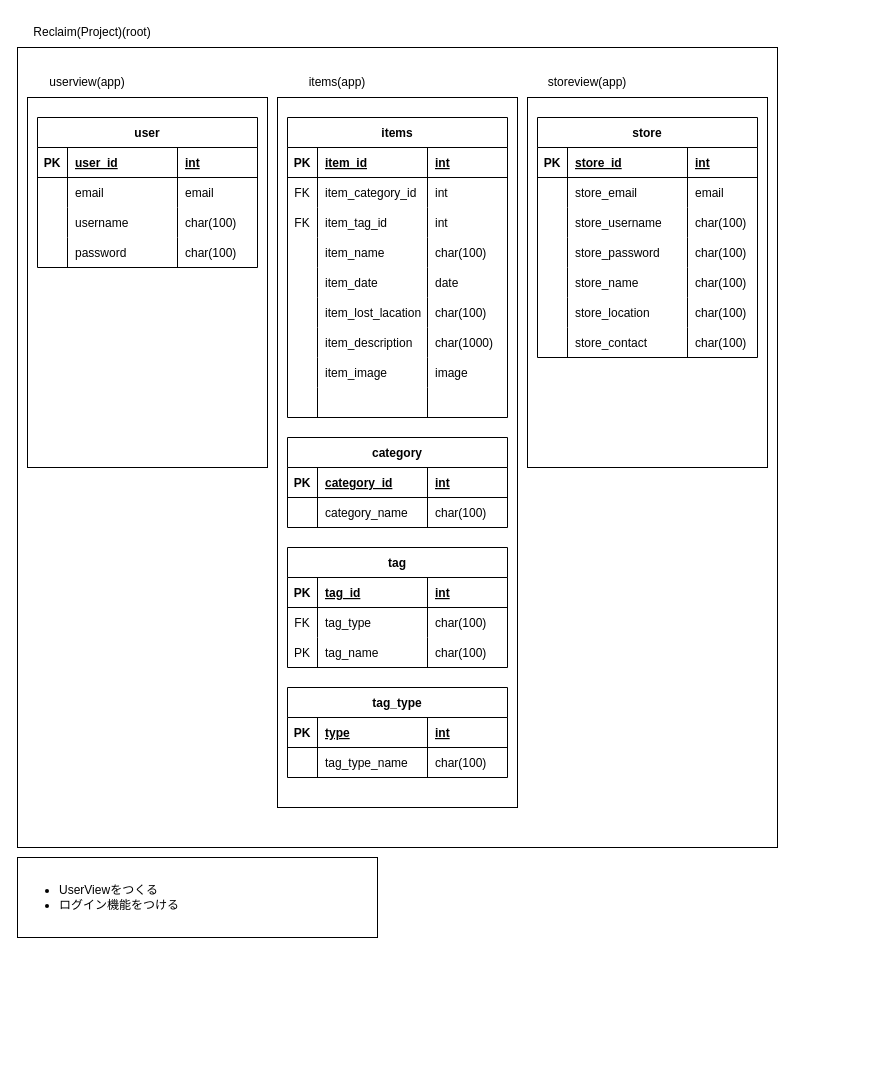
The draw.io diagram ER.drawio in hirohiroto112607/ReClaim, before the edit. Source tidied: cells renumbered, new cells numbered last; positions are measured from the earlier drawing's top-left corner, leaving out a move shared by most shapes. Both pictures are drawn from the tidied source at 100%, with x=0, y=0 at pixel (17, 17).
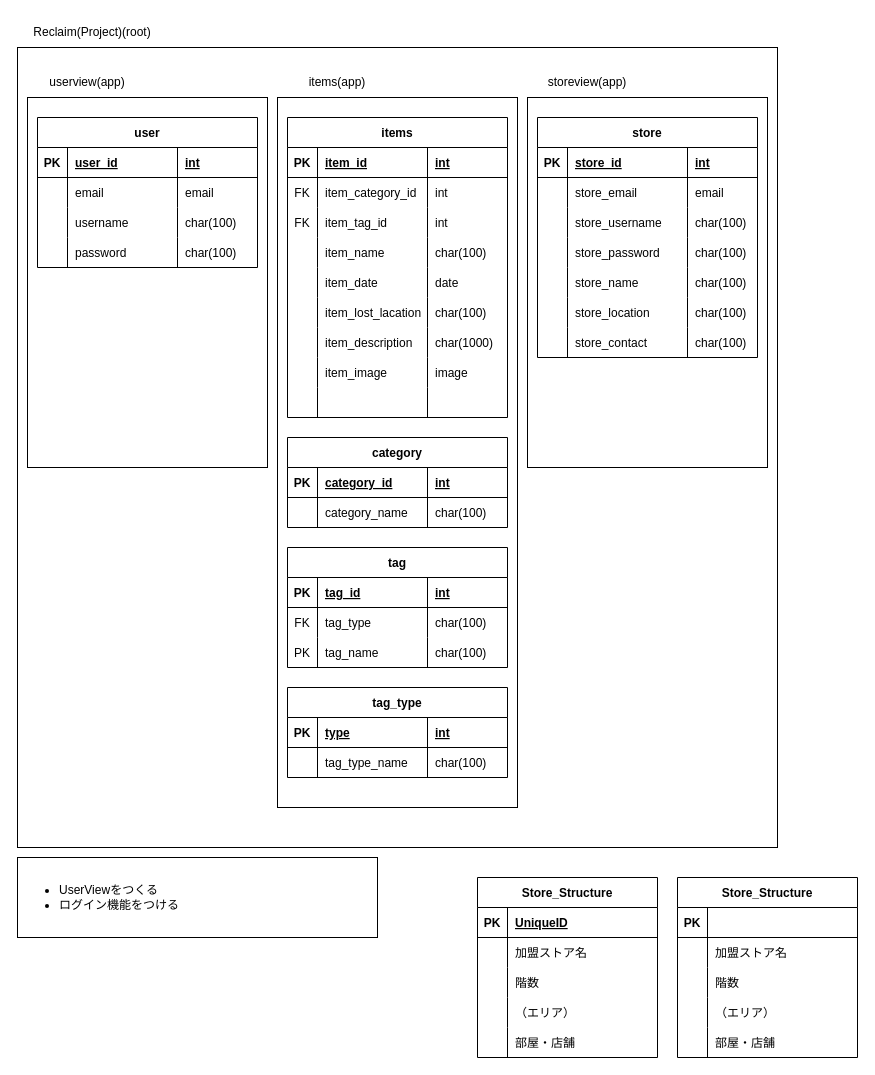
Above is the later version.

Change to the diagram source:
```diff
@@
+    <mxCell id="125" value="Store_Structure" style="shape=table;startSize=30;childLayout=tableLayout;rowLines=0;fontStyle=1;align=center;" parent="1" vertex="1">
+      <mxGeometry x="460" y="860" width="180" height="180" as="geometry" />
+    </mxCell>
+    <mxCell id="126" style="shape=tableRow;horizontal=0;startSize=0;swimlaneHead=0;swimlaneBody=0;fillColor=none;top=0;left=0;right=0;bottom=1;" parent="125" vertex="1">
+      <mxGeometry y="30" width="180" height="30" as="geometry" />
+    </mxCell>
+    <mxCell id="127" value="PK" style="shape=partialRectangle;fillColor=none;top=0;left=0;bottom=0;right=0;fontStyle=1;overflow=hidden;" parent="126" vertex="1">
+      <mxGeometry width="30" height="30" as="geometry" />
+    </mxCell>
+    <mxCell id="128" value="UniqueID" style="shape=partialRectangle;fillColor=none;top=0;left=0;bottom=0;right=0;align=left;spacingLeft=6;fontStyle=5;overflow=hidden;" parent="126" vertex="1">
+      <mxGeometry x="30" width="150" height="30" as="geometry" />
+    </mxCell>
+    <mxCell id="129" style="shape=tableRow;horizontal=0;startSize=0;swimlaneHead=0;swimlaneBody=0;fillColor=none;top=0;left=0;right=0;bottom=0;" parent="125" vertex="1">
+      <mxGeometry y="60" width="180" height="30" as="geometry" />
+    </mxCell>
+    <mxCell id="130" style="shape=partialRectangle;fillColor=none;top=0;left=0;bottom=0;right=0;overflow=hidden;" parent="129" vertex="1">
+      <mxGeometry width="30" height="30" as="geometry" />
+    </mxCell>
+    <mxCell id="131" value="加盟ストア名" style="shape=partialRectangle;fillColor=none;top=0;left=0;bottom=0;right=0;align=left;spacingLeft=6;overflow=hidden;" parent="129" vertex="1">
+      <mxGeometry x="30" width="150" height="30" as="geometry" />
+    </mxCell>
+    <mxCell id="132" style="shape=tableRow;horizontal=0;startSize=0;swimlaneHead=0;swimlaneBody=0;fillColor=none;top=0;left=0;right=0;bottom=0;" parent="125" vertex="1">
+      <mxGeometry y="90" width="180" height="30" as="geometry" />
+    </mxCell>
+    <mxCell id="133" style="shape=partialRectangle;fillColor=none;top=0;left=0;bottom=0;right=0;overflow=hidden;" parent="132" vertex="1">
+      <mxGeometry width="30" height="30" as="geometry" />
+    </mxCell>
+    <mxCell id="134" value="階数" style="shape=partialRectangle;fillColor=none;top=0;left=0;bottom=0;right=0;align=left;spacingLeft=6;overflow=hidden;" parent="132" vertex="1">
+      <mxGeometry x="30" width="150" height="30" as="geometry" />
+    </mxCell>
+    <mxCell id="135" style="shape=tableRow;horizontal=0;startSize=0;swimlaneHead=0;swimlaneBody=0;fillColor=none;top=0;left=0;right=0;bottom=0;" parent="125" vertex="1">
+      <mxGeometry y="120" width="180" height="30" as="geometry" />
+    </mxCell>
+    <mxCell id="136" style="shape=partialRectangle;fillColor=none;top=0;left=0;bottom=0;right=0;overflow=hidden;" parent="135" vertex="1">
+      <mxGeometry width="30" height="30" as="geometry" />
+    </mxCell>
+    <mxCell id="137" value="（エリア）" style="shape=partialRectangle;fillColor=none;top=0;left=0;bottom=0;right=0;align=left;spacingLeft=6;overflow=hidden;" parent="135" vertex="1">
+      <mxGeometry x="30" width="150" height="30" as="geometry" />
+    </mxCell>
+    <mxCell id="138" style="shape=tableRow;horizontal=0;startSize=0;swimlaneHead=0;swimlaneBody=0;fillColor=none;top=0;left=0;right=0;bottom=0;" parent="125" vertex="1">
+      <mxGeometry y="150" width="180" height="30" as="geometry" />
+    </mxCell>
+    <mxCell id="139" style="shape=partialRectangle;fillColor=none;top=0;left=0;bottom=0;right=0;overflow=hidden;" parent="138" vertex="1">
+      <mxGeometry width="30" height="30" as="geometry" />
+    </mxCell>
+    <mxCell id="140" value="部屋・店舗" style="shape=partialRectangle;fillColor=none;top=0;left=0;bottom=0;right=0;align=left;spacingLeft=6;overflow=hidden;" parent="138" vertex="1">
+      <mxGeometry x="30" width="150" height="30" as="geometry" />
+    </mxCell>
+    <mxCell id="141" value="Store_Structure" style="shape=table;startSize=30;childLayout=tableLayout;rowLines=0;fontStyle=1;align=center;" parent="1" vertex="1">
+      <mxGeometry x="660" y="860" width="180" height="180" as="geometry" />
+    </mxCell>
+    <mxCell id="142" style="shape=tableRow;horizontal=0;startSize=0;swimlaneHead=0;swimlaneBody=0;fillColor=none;top=0;left=0;right=0;bottom=1;" parent="141" vertex="1">
+      <mxGeometry y="30" width="180" height="30" as="geometry" />
+    </mxCell>
+    <mxCell id="143" value="PK" style="shape=partialRectangle;fillColor=none;top=0;left=0;bottom=0;right=0;fontStyle=1;overflow=hidden;" parent="142" vertex="1">
+      <mxGeometry width="30" height="30" as="geometry" />
+    </mxCell>
+    <mxCell id="144" style="shape=partialRectangle;fillColor=none;top=0;left=0;bottom=0;right=0;align=left;spacingLeft=6;fontStyle=5;overflow=hidden;" parent="142" vertex="1">
+      <mxGeometry x="30" width="150" height="30" as="geometry" />
+    </mxCell>
+    <mxCell id="145" style="shape=tableRow;horizontal=0;startSize=0;swimlaneHead=0;swimlaneBody=0;fillColor=none;top=0;left=0;right=0;bottom=0;" parent="141" vertex="1">
+      <mxGeometry y="60" width="180" height="30" as="geometry" />
+    </mxCell>
+    <mxCell id="146" style="shape=partialRectangle;fillColor=none;top=0;left=0;bottom=0;right=0;overflow=hidden;" parent="145" vertex="1">
+      <mxGeometry width="30" height="30" as="geometry" />
+    </mxCell>
+    <mxCell id="147" value="加盟ストア名" style="shape=partialRectangle;fillColor=none;top=0;left=0;bottom=0;right=0;align=left;spacingLeft=6;overflow=hidden;" parent="145" vertex="1">
+      <mxGeometry x="30" width="150" height="30" as="geometry" />
+    </mxCell>
+    <mxCell id="148" style="shape=tableRow;horizontal=0;startSize=0;swimlaneHead=0;swimlaneBody=0;fillColor=none;top=0;left=0;right=0;bottom=0;" parent="141" vertex="1">
+      <mxGeometry y="90" width="180" height="30" as="geometry" />
+    </mxCell>
+    <mxCell id="149" style="shape=partialRectangle;fillColor=none;top=0;left=0;bottom=0;right=0;overflow=hidden;" parent="148" vertex="1">
+      <mxGeometry width="30" height="30" as="geometry" />
+    </mxCell>
+    <mxCell id="150" value="階数" style="shape=partialRectangle;fillColor=none;top=0;left=0;bottom=0;right=0;align=left;spacingLeft=6;overflow=hidden;" parent="148" vertex="1">
+      <mxGeometry x="30" width="150" height="30" as="geometry" />
+    </mxCell>
+    <mxCell id="151" style="shape=tableRow;horizontal=0;startSize=0;swimlaneHead=0;swimlaneBody=0;fillColor=none;top=0;left=0;right=0;bottom=0;" parent="141" vertex="1">
+      <mxGeometry y="120" width="180" height="30" as="geometry" />
+    </mxCell>
+    <mxCell id="152" style="shape=partialRectangle;fillColor=none;top=0;left=0;bottom=0;right=0;overflow=hidden;" parent="151" vertex="1">
+      <mxGeometry width="30" height="30" as="geometry" />
+    </mxCell>
+    <mxCell id="153" value="（エリア）" style="shape=partialRectangle;fillColor=none;top=0;left=0;bottom=0;right=0;align=left;spacingLeft=6;overflow=hidden;" parent="151" vertex="1">
+      <mxGeometry x="30" width="150" height="30" as="geometry" />
+    </mxCell>
+    <mxCell id="154" style="shape=tableRow;horizontal=0;startSize=0;swimlaneHead=0;swimlaneBody=0;fillColor=none;top=0;left=0;right=0;bottom=0;" parent="141" vertex="1">
+      <mxGeometry y="150" width="180" height="30" as="geometry" />
+    </mxCell>
+    <mxCell id="155" style="shape=partialRectangle;fillColor=none;top=0;left=0;bottom=0;right=0;overflow=hidden;" parent="154" vertex="1">
+      <mxGeometry width="30" height="30" as="geometry" />
+    </mxCell>
+    <mxCell id="156" value="部屋・店舗" style="shape=partialRectangle;fillColor=none;top=0;left=0;bottom=0;right=0;align=left;spacingLeft=6;overflow=hidden;" parent="154" vertex="1">
+      <mxGeometry x="30" width="150" height="30" as="geometry" />
+    </mxCell>
```
